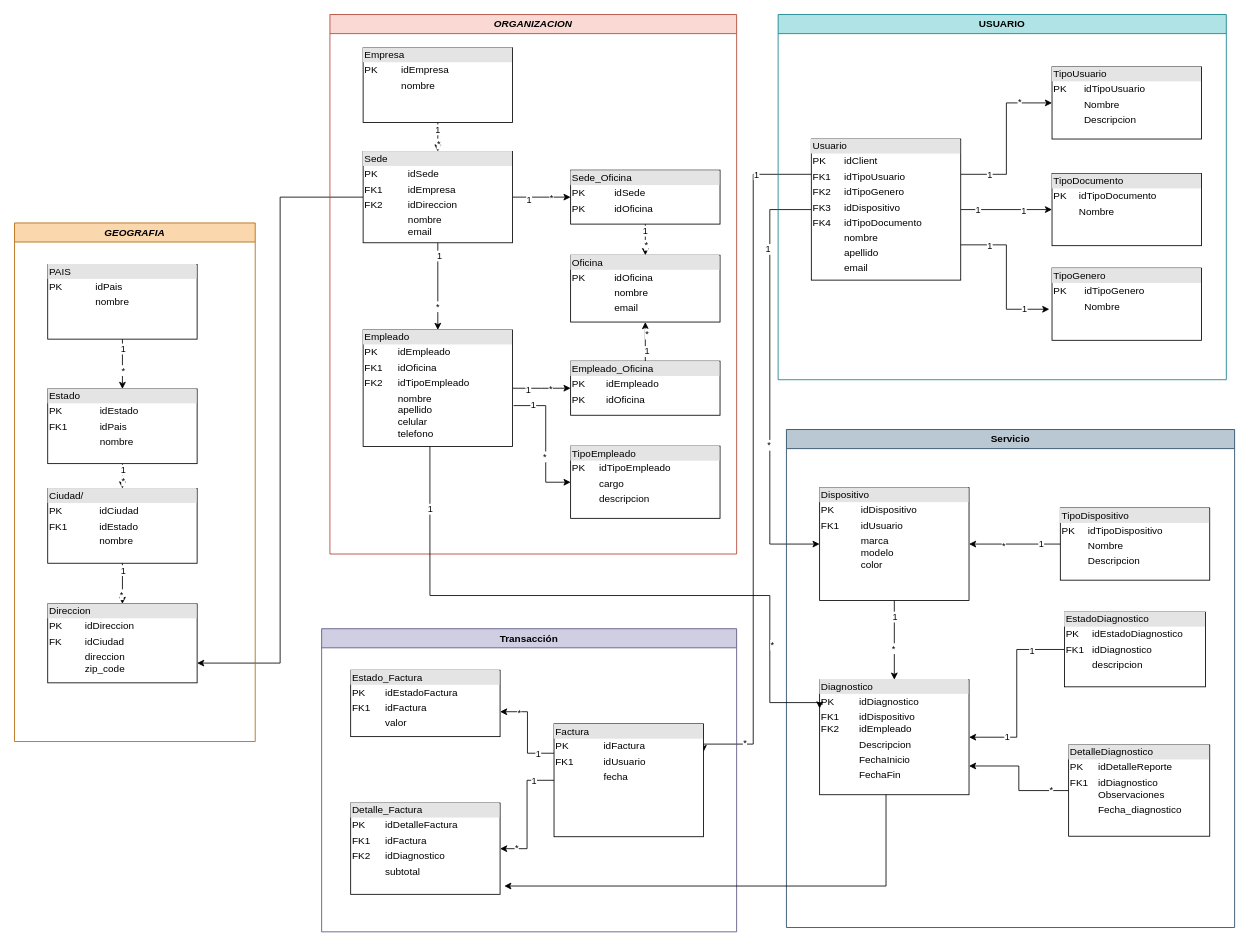
Before: projects/tech_support/Tech_support.drawio in Alejo2304/website_projects, a draw.io diagram. Source tidied: cells renumbered, new cells numbered last; positions are measured from the earlier drawing's top-left corner, leaving out a move shared by most shapes. Both pictures are drawn from the tidied source at 83%, with x=0, y=0 at pixel (14, 14).
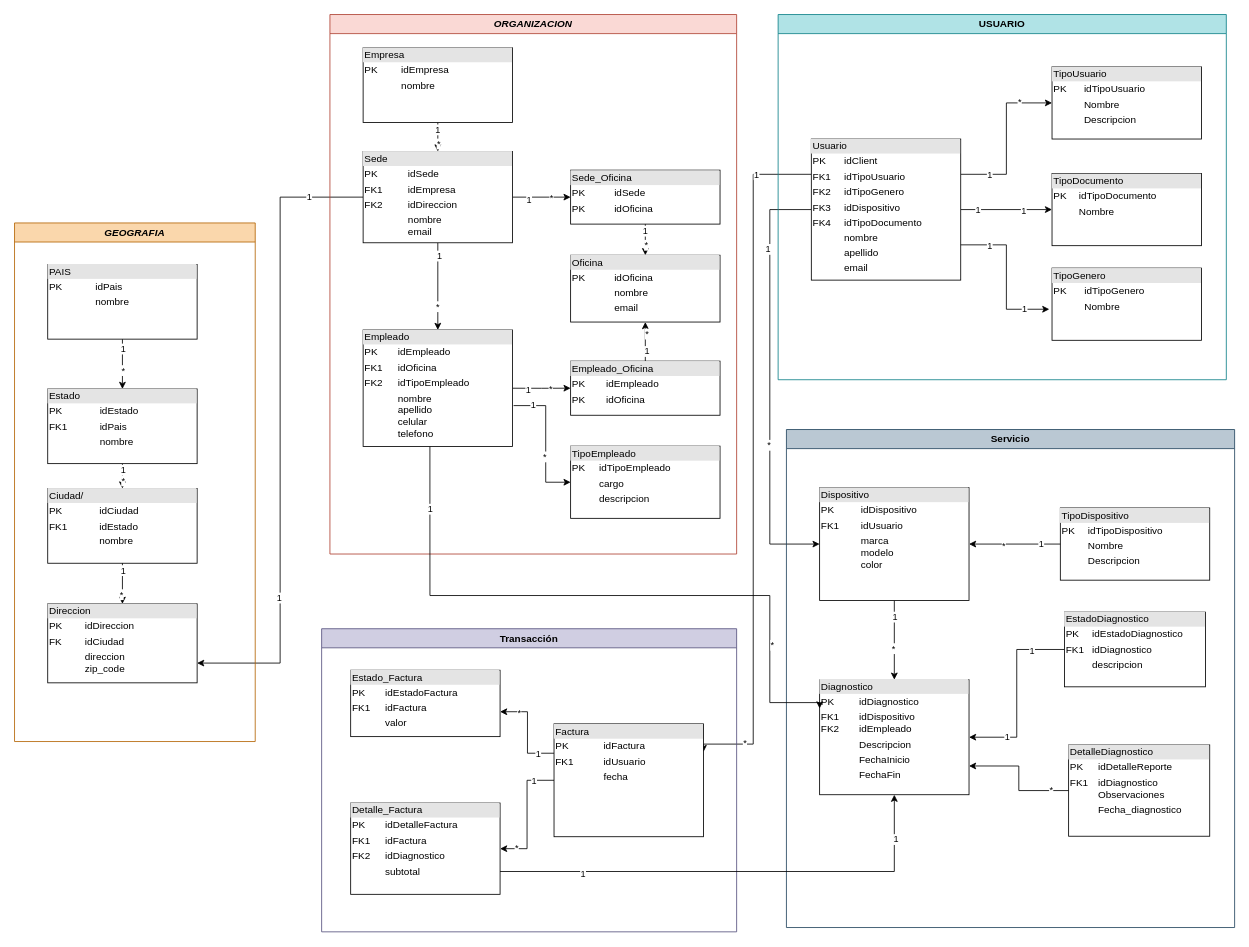
The same page after the edit.

Unchanged cells that the change refers to:
```xml
<mxCell id="24" style="edgeStyle=orthogonalEdgeStyle;rounded=0;jettySize=auto;html=1;entryX=1;entryY=0.75;entryDx=0;entryDy=0;" parent="1" edge="1" source="25" target="36">
  <mxGeometry relative="1" as="geometry" />
</mxCell>
<mxCell id="75" value="&lt;div style=&quot;box-sizing:border-box;width:100%;background:#e4e4e4;padding:2px;&quot;&gt;Detalle_Factura&lt;/div&gt;&lt;table style=&quot;width:100%;font-size:1em;&quot; cellpadding=&quot;2&quot; cellspacing=&quot;0&quot;&gt;&lt;tbody&gt;&lt;tr&gt;&lt;td&gt;PK&lt;/td&gt;&lt;td&gt;idDetalleFactura&lt;/td&gt;&lt;/tr&gt;&lt;tr&gt;&lt;td&gt;FK1&lt;/td&gt;&lt;td&gt;idFactura&lt;br&gt;&lt;/td&gt;&lt;/tr&gt;&lt;tr&gt;&lt;td&gt;FK2&lt;/td&gt;&lt;td&gt;idDiagnostico&lt;/td&gt;&lt;/tr&gt;&lt;tr&gt;&lt;td&gt;&lt;/td&gt;&lt;td&gt;subtotal&lt;br&gt;&lt;br&gt;&lt;/td&gt;&lt;/tr&gt;&lt;/tbody&gt;&lt;/table&gt;" style="verticalAlign=top;align=left;overflow=fill;html=1;whiteSpace=wrap;" parent="66" vertex="1">
  <mxGeometry x="35" y="210" width="180" height="110" as="geometry" />
</mxCell>
<mxCell id="77" value="&lt;div style=&quot;box-sizing:border-box;width:100%;background:#e4e4e4;padding:2px;&quot;&gt;Diagnostico&lt;/div&gt;&lt;table style=&quot;width:100%;font-size:1em;&quot; cellpadding=&quot;2&quot; cellspacing=&quot;0&quot;&gt;&lt;tbody&gt;&lt;tr&gt;&lt;td&gt;PK&lt;/td&gt;&lt;td&gt;idDiagnostico&lt;/td&gt;&lt;/tr&gt;&lt;tr&gt;&lt;td&gt;FK1&lt;br&gt;FK2&lt;/td&gt;&lt;td&gt;idDispositivo&lt;br&gt;idEmpleado&lt;/td&gt;&lt;/tr&gt;&lt;tr&gt;&lt;td&gt;&lt;br&gt;&lt;/td&gt;&lt;td&gt;Descripcion&lt;/td&gt;&lt;/tr&gt;&lt;tr&gt;&lt;td&gt;&lt;/td&gt;&lt;td&gt;FechaInicio&lt;/td&gt;&lt;/tr&gt;&lt;tr&gt;&lt;td&gt;&lt;br&gt;&lt;/td&gt;&lt;td&gt;FechaFin&lt;/td&gt;&lt;/tr&gt;&lt;tr&gt;&lt;td&gt;&lt;br&gt;&lt;/td&gt;&lt;td&gt;&lt;br&gt;&lt;/td&gt;&lt;/tr&gt;&lt;/tbody&gt;&lt;/table&gt;" style="verticalAlign=top;align=left;overflow=fill;html=1;whiteSpace=wrap;" parent="76" vertex="1">
  <mxGeometry x="40" y="301.4" width="180" height="138.6" as="geometry" />
</mxCell>
```

Diff of the diagram source:
```diff
@@
+    <mxCell id="97" value="1" style="edgeLabel;html=1;align=center;verticalAlign=middle;" parent="24" vertex="1">
+      <mxGeometry x="-0.83" y="-1" relative="1" as="geometry">
+        <mxPoint x="-1" as="offset" />
+      </mxGeometry>
+    </mxCell>
+    <mxCell id="98" value="1" style="edgeLabel;html=1;align=center;verticalAlign=middle;" parent="24" vertex="1">
+      <mxGeometry x="0.53" y="-2" relative="1" as="geometry" />
+    </mxCell>
@@
-    <mxCell id="96" style="edgeStyle=orthogonalEdgeStyle;rounded=0;jettySize=auto;html=1;entryX=1.028;entryY=0.909;entryDx=0;entryDy=0;entryPerimeter=0;" parent="1" edge="1" source="77" target="75">
-      <mxGeometry relative="1" as="geometry">
-        <Array as="points">
-          <mxPoint x="1050" y="1050" />
-        </Array>
-      </mxGeometry>
-    </mxCell>
+    <mxCell id="99" style="edgeStyle=orthogonalEdgeStyle;rounded=0;jettySize=auto;html=1;exitX=1;exitY=0.75;exitDx=0;exitDy=0;entryX=0.5;entryY=1;entryDx=0;entryDy=0;" parent="1" edge="1" source="75" target="77">
+      <mxGeometry relative="1" as="geometry" />
+    </mxCell>
+    <mxCell id="100" value="1" style="edgeLabel;html=1;align=center;verticalAlign=middle;" parent="99" vertex="1">
+      <mxGeometry x="-0.65" y="-3" relative="1" as="geometry" />
+    </mxCell>
+    <mxCell id="101" value="1" style="edgeLabel;html=1;align=center;verticalAlign=middle;" parent="99" vertex="1">
+      <mxGeometry x="0.81" y="-1" relative="1" as="geometry" />
+    </mxCell>
```
